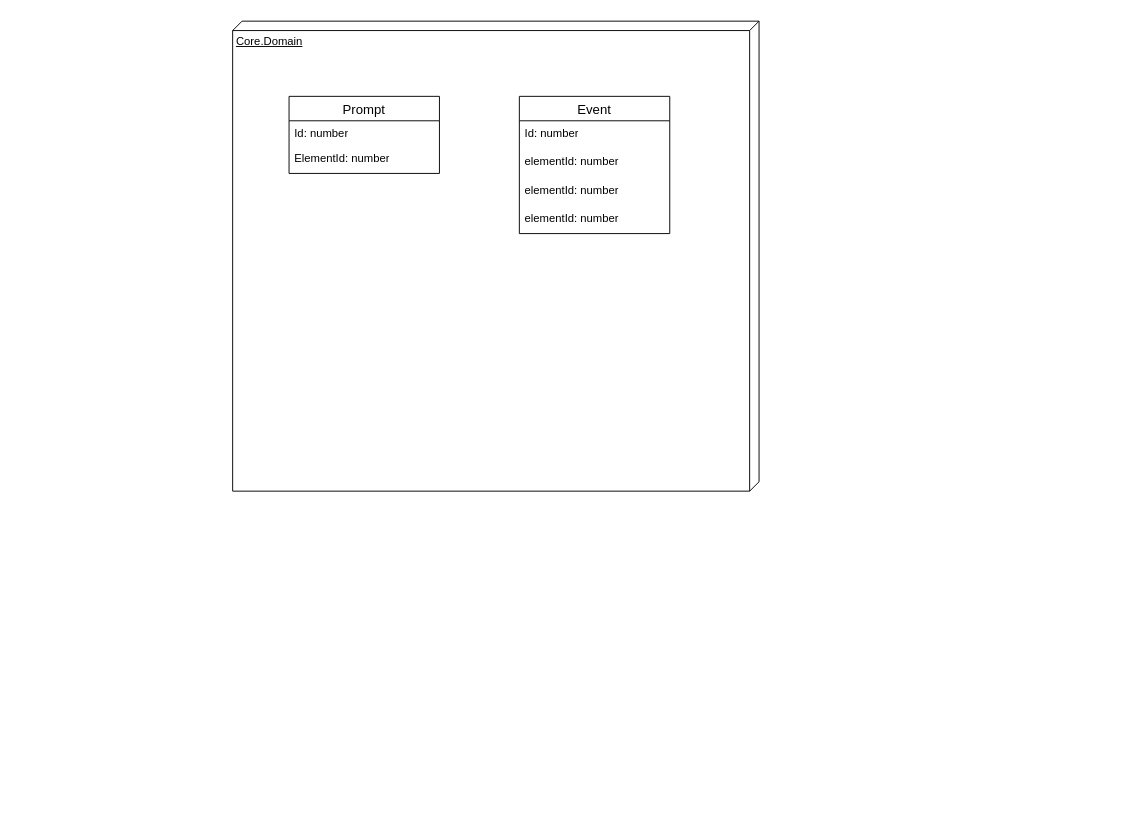
Earlier version of the draw.io diagram page "Logival view" (2 of 7) of 4+1.drawio (luukvankooten/draw.io). Source tidied: cells renumbered, new cells numbered last; positions are measured from the earlier drawing's top-left corner, leaving out a move shared by most shapes. Both pictures are drawn from the tidied source at 94%, with x=0, y=0 at pixel (232, 21).
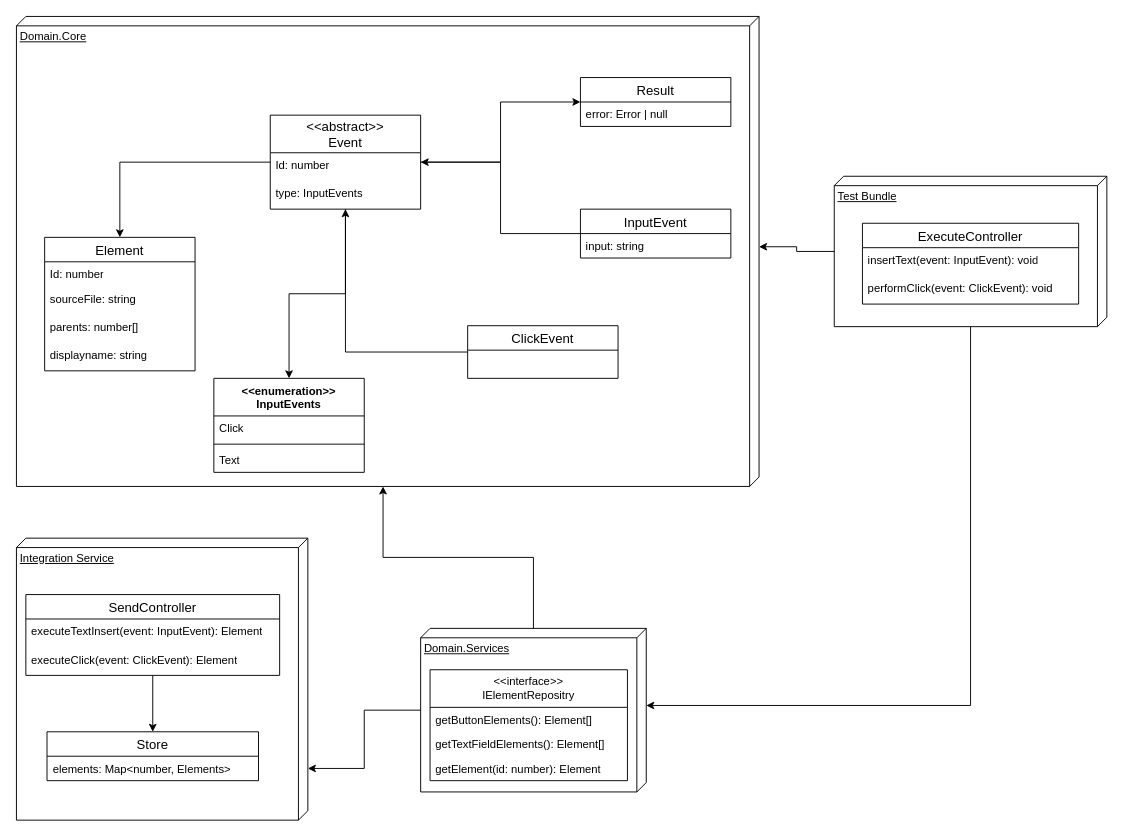
The same diagram, later.

The edit, as a diff of the source:
```diff
@@
-    <mxCell id="2" value="Core.Domain" style="verticalAlign=top;align=left;spacingTop=8;spacingLeft=2;spacingRight=12;shape=cube;size=10;direction=south;fontStyle=4;html=1;whiteSpace=wrap;" parent="1" vertex="1">
-      <mxGeometry width="560" height="500" as="geometry" />
+    <mxCell id="2" value="Domain.Core" style="verticalAlign=top;align=left;spacingTop=8;spacingLeft=2;spacingRight=12;shape=cube;size=10;direction=south;fontStyle=4;html=1;whiteSpace=wrap;" parent="1" vertex="1">
+      <mxGeometry x="-230" y="-5" width="790" height="500" as="geometry" />
     </mxCell>
+    <mxCell id="11" style="edgeStyle=orthogonalEdgeStyle;rounded=0;jettySize=auto;html=1;" parent="1" edge="1" source="3" target="37">
+      <mxGeometry relative="1" as="geometry" />
+    </mxCell>
+    <mxCell id="12" style="edgeStyle=orthogonalEdgeStyle;rounded=0;jettySize=auto;html=1;" parent="1" edge="1" source="3" target="21">
+      <mxGeometry relative="1" as="geometry" />
+    </mxCell>
+    <mxCell id="13" style="edgeStyle=orthogonalEdgeStyle;rounded=0;jettySize=auto;html=1;" parent="1" edge="1" source="3" target="25">
+      <mxGeometry relative="1" as="geometry" />
+    </mxCell>
-    <mxCell id="3" value="Event" style="swimlane;fontStyle=0;horizontal=1;startSize=26;align=center;fontSize=14;" parent="1" vertex="1">
-      <mxGeometry x="305" y="80" width="160" height="146" as="geometry" />
+    <mxCell id="3" value="&lt;&lt;abstract&gt;&gt;&#10;Event" style="swimlane;fontStyle=0;horizontal=1;startSize=40;align=center;fontSize=14;" parent="1" vertex="1">
+      <mxGeometry x="40" y="100" width="160" height="100" as="geometry" />
     </mxCell>
     <mxCell id="4" value="Id: number" style="text;strokeColor=none;fillColor=none;spacingLeft=4;spacingRight=4;overflow=hidden;fontSize=12;whiteSpace=wrap;html=1;" parent="3" vertex="1">
-      <mxGeometry y="26" width="160" height="30" as="geometry" />
+      <mxGeometry y="40" width="160" height="30" as="geometry" />
     </mxCell>
-    <mxCell id="5" value="elementId: number" style="text;strokeColor=none;fillColor=none;spacingLeft=4;spacingRight=4;overflow=hidden;fontSize=12;whiteSpace=wrap;html=1;" parent="3" vertex="1">
-      <mxGeometry y="56" width="160" height="30" as="geometry" />
-    </mxCell>
-    <mxCell id="6" value="elementId: number" style="text;strokeColor=none;fillColor=none;spacingLeft=4;spacingRight=4;overflow=hidden;fontSize=12;whiteSpace=wrap;html=1;" parent="3" vertex="1">
-      <mxGeometry y="86" width="160" height="30" as="geometry" />
-    </mxCell>
-    <mxCell id="7" value="elementId: number" style="text;strokeColor=none;fillColor=none;spacingLeft=4;spacingRight=4;overflow=hidden;fontSize=12;whiteSpace=wrap;html=1;" parent="3" vertex="1">
-      <mxGeometry y="116" width="160" height="30" as="geometry" />
-    </mxCell>
-    <mxCell id="8" value="Prompt" style="swimlane;fontStyle=0;horizontal=1;startSize=26;align=center;fontSize=14;" parent="1" vertex="1">
-      <mxGeometry x="60" y="80" width="160" height="82" as="geometry" />
-    </mxCell>
+    <mxCell id="14" value="type: InputEvents" style="text;strokeColor=none;fillColor=none;spacingLeft=4;spacingRight=4;overflow=hidden;fontSize=12;whiteSpace=wrap;html=1;" parent="3" vertex="1">
+      <mxGeometry y="70" width="160" height="30" as="geometry" />
+    </mxCell>
+    <mxCell id="15" value="Test Bundle" style="verticalAlign=top;align=left;spacingTop=8;spacingLeft=2;spacingRight=12;shape=cube;size=10;direction=south;fontStyle=4;html=1;whiteSpace=wrap;" parent="1" vertex="1">
+      <mxGeometry x="640" y="165" width="290" height="160" as="geometry" />
+    </mxCell>
+    <mxCell id="16" value="Integration Service" style="verticalAlign=top;align=left;spacingTop=8;spacingLeft=2;spacingRight=12;shape=cube;size=10;direction=south;fontStyle=4;html=1;whiteSpace=wrap;" parent="1" vertex="1">
+      <mxGeometry x="-230" y="550" width="310" height="300" as="geometry" />
+    </mxCell>
+    <mxCell id="17" style="edgeStyle=orthogonalEdgeStyle;rounded=0;jettySize=auto;html=1;entryX=0.5;entryY=0;entryDx=0;entryDy=0;" parent="1" edge="1" source="18" target="30">
+      <mxGeometry relative="1" as="geometry" />
+    </mxCell>
+    <mxCell id="18" value="SendController" style="swimlane;fontStyle=0;horizontal=1;startSize=26;align=center;fontSize=14;" parent="1" vertex="1">
+      <mxGeometry x="-220" y="610" width="270" height="86" as="geometry" />
+    </mxCell>
+    <mxCell id="19" value="executeTextInsert(event: InputEvent): Element" style="text;strokeColor=none;fillColor=none;spacingLeft=4;spacingRight=4;overflow=hidden;fontSize=12;whiteSpace=wrap;html=1;" parent="18" vertex="1">
+      <mxGeometry y="26" width="270" height="30" as="geometry" />
+    </mxCell>
+    <mxCell id="20" value="executeClick(event: ClickEvent): Element " style="text;strokeColor=none;fillColor=none;spacingLeft=4;spacingRight=4;overflow=hidden;fontSize=12;whiteSpace=wrap;html=1;" parent="18" vertex="1">
+      <mxGeometry y="56" width="270" height="30" as="geometry" />
+    </mxCell>
+    <mxCell id="21" value="Element" style="swimlane;fontStyle=0;horizontal=1;startSize=26;align=center;fontSize=14;" parent="1" vertex="1">
+      <mxGeometry x="-200" y="230" width="160" height="142" as="geometry" />
+    </mxCell>
-    <mxCell id="9" value="Id: number" style="text;strokeColor=none;fillColor=none;spacingLeft=4;spacingRight=4;overflow=hidden;fontSize=12;whiteSpace=wrap;html=1;" parent="8" vertex="1">
+    <mxCell id="9" value="Id: number" style="text;strokeColor=none;fillColor=none;spacingLeft=4;spacingRight=4;overflow=hidden;fontSize=12;whiteSpace=wrap;html=1;" parent="21" vertex="1">
       <mxGeometry y="26" width="160" height="26" as="geometry" />
     </mxCell>
-    <mxCell id="10" value="ElementId: number" style="text;strokeColor=none;fillColor=none;spacingLeft=4;spacingRight=4;overflow=hidden;fontSize=12;whiteSpace=wrap;html=1;" parent="8" vertex="1">
-      <mxGeometry y="52" width="160" height="30" as="geometry" />
-    </mxCell>
+    <mxCell id="22" value="sourceFile: string" style="text;strokeColor=none;fillColor=none;spacingLeft=4;spacingRight=4;overflow=hidden;fontSize=12;whiteSpace=wrap;html=1;" parent="21" vertex="1">
+      <mxGeometry y="52" width="160" height="30" as="geometry" />
+    </mxCell>
+    <mxCell id="23" value="parents: number[]" style="text;strokeColor=none;fillColor=none;spacingLeft=4;spacingRight=4;overflow=hidden;fontSize=12;whiteSpace=wrap;html=1;" parent="21" vertex="1">
+      <mxGeometry y="82" width="160" height="30" as="geometry" />
+    </mxCell>
+    <mxCell id="24" value="displayname: string" style="text;strokeColor=none;fillColor=none;spacingLeft=4;spacingRight=4;overflow=hidden;fontSize=12;whiteSpace=wrap;html=1;" parent="21" vertex="1">
+      <mxGeometry y="112" width="160" height="30" as="geometry" />
+    </mxCell>
+    <mxCell id="25" value="&amp;lt;&amp;lt;enumeration&amp;gt;&amp;gt;&lt;div&gt;InputEvents&lt;br&gt;&lt;/div&gt;" style="swimlane;fontStyle=1;align=center;verticalAlign=top;horizontal=1;startSize=40;whiteSpace=wrap;html=1;" parent="1" vertex="1">
+      <mxGeometry x="-20" y="380" width="160" height="100" as="geometry" />
+    </mxCell>
+    <mxCell id="26" value="Click" style="text;strokeColor=none;fillColor=none;align=left;verticalAlign=top;spacingLeft=4;spacingRight=4;overflow=hidden;whiteSpace=wrap;html=1;" parent="25" vertex="1">
+      <mxGeometry y="40" width="160" height="26" as="geometry" />
+    </mxCell>
+    <mxCell id="27" style="line;strokeWidth=1;fillColor=none;align=left;verticalAlign=middle;spacingTop=-1;spacingLeft=3;spacingRight=3;labelPosition=right;strokeColor=inherit;" parent="25" vertex="1">
+      <mxGeometry y="66" width="160" height="8" as="geometry" />
+    </mxCell>
+    <mxCell id="28" value="Text" style="text;strokeColor=none;fillColor=none;align=left;verticalAlign=top;spacingLeft=4;spacingRight=4;overflow=hidden;whiteSpace=wrap;html=1;" parent="25" vertex="1">
+      <mxGeometry y="74" width="160" height="26" as="geometry" />
+    </mxCell>
+    <mxCell id="29" value="Domain.Services" style="verticalAlign=top;align=left;spacingTop=8;spacingLeft=2;spacingRight=12;shape=cube;size=10;direction=south;fontStyle=4;html=1;whiteSpace=wrap;" parent="1" vertex="1">
+      <mxGeometry x="200" y="646" width="240" height="174" as="geometry" />
+    </mxCell>
+    <mxCell id="30" value="Store" style="swimlane;fontStyle=0;horizontal=1;startSize=26;align=center;fontSize=14;" parent="1" vertex="1">
+      <mxGeometry x="-197.5" y="756" width="225" height="52" as="geometry" />
+    </mxCell>
+    <mxCell id="31" value="elements: Map&amp;lt;number, Elements&amp;gt;" style="text;strokeColor=none;fillColor=none;spacingLeft=4;spacingRight=4;overflow=hidden;fontSize=12;whiteSpace=wrap;html=1;" parent="30" vertex="1">
+      <mxGeometry y="26" width="225" height="26" as="geometry" />
+    </mxCell>
+    <mxCell id="32" value="&amp;lt;&amp;lt;interface&amp;gt;&amp;gt;&lt;br&gt;IElementRepositry" style="swimlane;fontStyle=0;horizontal=1;startSize=40;fillColor=none;whiteSpace=wrap;html=1;" parent="1" vertex="1">
+      <mxGeometry x="210" y="690" width="210" height="118" as="geometry" />
+    </mxCell>
+    <mxCell id="33" value="getButtonElements(): Element[]" style="text;strokeColor=none;fillColor=none;align=left;verticalAlign=top;spacingLeft=4;spacingRight=4;overflow=hidden;whiteSpace=wrap;html=1;" parent="32" vertex="1">
+      <mxGeometry y="40" width="210" height="26" as="geometry" />
+    </mxCell>
+    <mxCell id="34" value="&lt;div&gt;getTextFieldElements(): Element[]&lt;/div&gt;" style="text;strokeColor=none;fillColor=none;align=left;verticalAlign=top;spacingLeft=4;spacingRight=4;overflow=hidden;whiteSpace=wrap;html=1;" parent="32" vertex="1">
+      <mxGeometry y="66" width="210" height="26" as="geometry" />
+    </mxCell>
+    <mxCell id="35" value="&lt;div&gt;getElement(id: number): Element&lt;/div&gt;" style="text;strokeColor=none;fillColor=none;align=left;verticalAlign=top;spacingLeft=4;spacingRight=4;overflow=hidden;whiteSpace=wrap;html=1;" parent="32" vertex="1">
+      <mxGeometry y="92" width="210" height="26" as="geometry" />
+    </mxCell>
+    <mxCell id="36" style="edgeStyle=orthogonalEdgeStyle;rounded=0;jettySize=auto;html=1;entryX=0;entryY=0;entryDx=500;entryDy=400;entryPerimeter=0;" parent="1" edge="1" source="29" target="2">
+      <mxGeometry relative="1" as="geometry" />
+    </mxCell>
+    <mxCell id="37" value="Result" style="swimlane;fontStyle=0;horizontal=1;startSize=26;align=center;fontSize=14;" parent="1" vertex="1">
+      <mxGeometry x="370" y="60" width="160" height="52" as="geometry" />
+    </mxCell>
+    <mxCell id="38" value="error: Error | null" style="text;strokeColor=none;fillColor=none;spacingLeft=4;spacingRight=4;overflow=hidden;fontSize=12;whiteSpace=wrap;html=1;" parent="37" vertex="1">
+      <mxGeometry y="26" width="160" height="26" as="geometry" />
+    </mxCell>
+    <mxCell id="39" style="edgeStyle=orthogonalEdgeStyle;rounded=0;jettySize=auto;html=1;entryX=0;entryY=0;entryDx=245;entryDy=0;entryPerimeter=0;" parent="1" edge="1" source="29" target="16">
+      <mxGeometry relative="1" as="geometry" />
+    </mxCell>
+    <mxCell id="40" value="ExecuteController" style="swimlane;fontStyle=0;horizontal=1;startSize=26;align=center;fontSize=14;" parent="1" vertex="1">
+      <mxGeometry x="670" y="215" width="230" height="86" as="geometry" />
+    </mxCell>
+    <mxCell id="41" value="&lt;div&gt;insertText(event: InputEvent): void&lt;/div&gt;" style="text;strokeColor=none;fillColor=none;spacingLeft=4;spacingRight=4;overflow=hidden;fontSize=12;whiteSpace=wrap;html=1;" parent="40" vertex="1">
+      <mxGeometry y="26" width="230" height="30" as="geometry" />
+    </mxCell>
+    <mxCell id="42" value="performClick(event: ClickEvent): void " style="text;strokeColor=none;fillColor=none;spacingLeft=4;spacingRight=4;overflow=hidden;fontSize=12;whiteSpace=wrap;html=1;" parent="40" vertex="1">
+      <mxGeometry y="56" width="230" height="30" as="geometry" />
+    </mxCell>
+    <mxCell id="43" style="edgeStyle=orthogonalEdgeStyle;rounded=0;jettySize=auto;html=1;entryX=0;entryY=0;entryDx=245;entryDy=0;entryPerimeter=0;" parent="1" edge="1" source="15" target="2">
+      <mxGeometry relative="1" as="geometry" />
+    </mxCell>
+    <mxCell id="44" style="edgeStyle=orthogonalEdgeStyle;rounded=0;jettySize=auto;html=1;entryX=0;entryY=0;entryDx=82;entryDy=0;entryPerimeter=0;" parent="1" edge="1" source="15" target="29">
+      <mxGeometry relative="1" as="geometry">
+        <Array as="points">
+          <mxPoint x="785" y="728" />
+        </Array>
+      </mxGeometry>
+    </mxCell>
+    <mxCell id="45" style="edgeStyle=orthogonalEdgeStyle;rounded=0;jettySize=auto;html=1;" parent="1" edge="1" source="46" target="3">
+      <mxGeometry relative="1" as="geometry" />
+    </mxCell>
+    <mxCell id="46" value="ClickEvent" style="swimlane;fontStyle=0;horizontal=1;startSize=26;align=center;fontSize=14;" parent="1" vertex="1">
+      <mxGeometry x="250" y="324" width="160" height="56" as="geometry" />
+    </mxCell>
+    <mxCell id="47" style="edgeStyle=orthogonalEdgeStyle;rounded=0;jettySize=auto;html=1;" parent="1" edge="1" source="48" target="3">
+      <mxGeometry relative="1" as="geometry" />
+    </mxCell>
+    <mxCell id="48" value="InputEvent" style="swimlane;fontStyle=0;horizontal=1;startSize=26;align=center;fontSize=14;" parent="1" vertex="1">
+      <mxGeometry x="370" y="200" width="160" height="52" as="geometry" />
+    </mxCell>
+    <mxCell id="49" value="&lt;div&gt;input: string&lt;/div&gt;" style="text;strokeColor=none;fillColor=none;spacingLeft=4;spacingRight=4;overflow=hidden;fontSize=12;whiteSpace=wrap;html=1;" parent="48" vertex="1">
+      <mxGeometry y="26" width="160" height="26" as="geometry" />
+    </mxCell>
```
